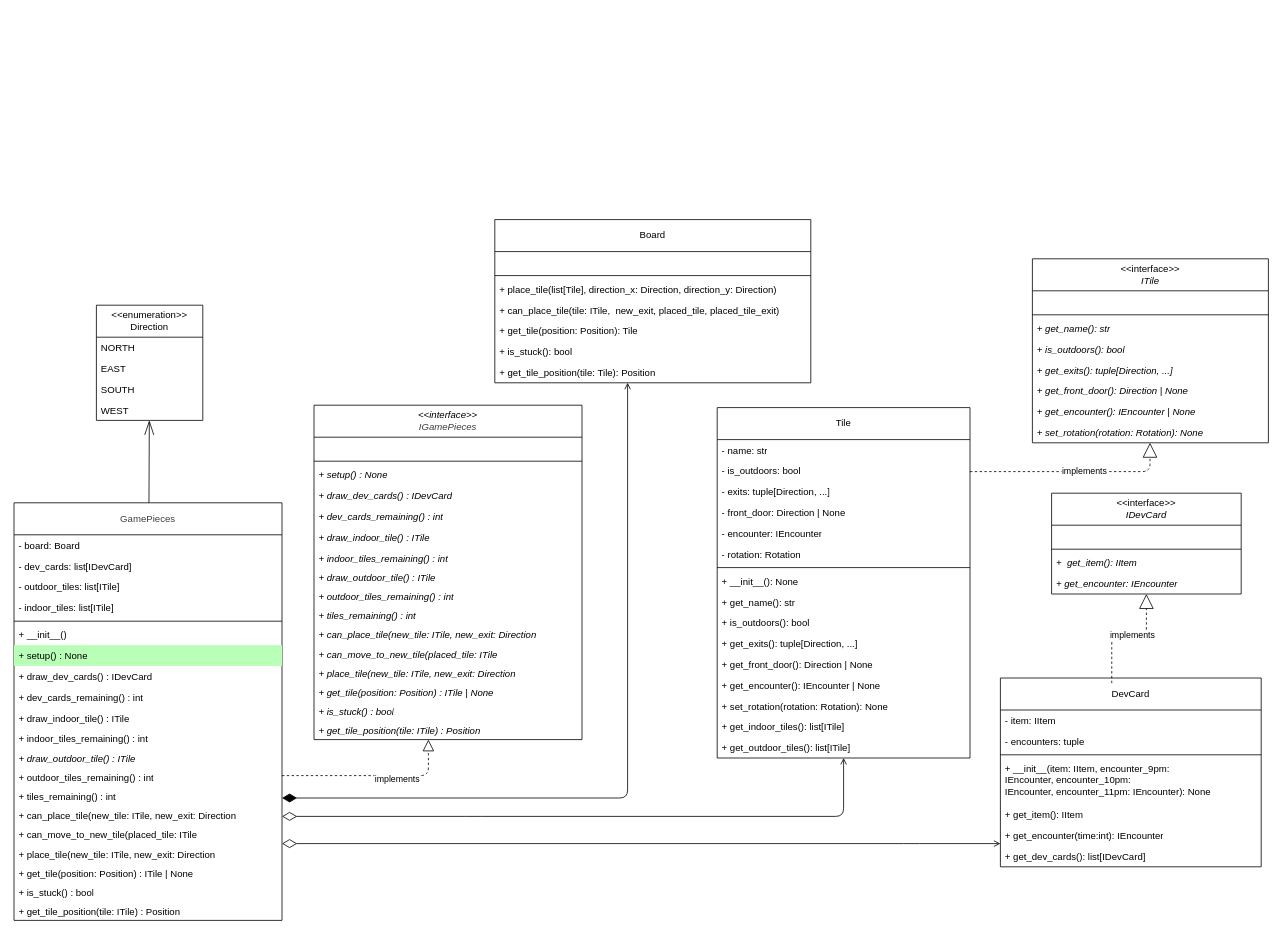
Above: page "game_pieces_before" (1 of 2) of src/model/before_pattern.drawio in arsenie-sarmiento/ZombieInMyPocket (draw.io), before the change. Source tidied: cells renumbered, new cells numbered last; positions are measured from the earlier drawing's top-left corner, leaving out a move shared by most shapes. Both pictures are drawn from the tidied source at 80%, with x=0, y=0 at pixel (14, 219).
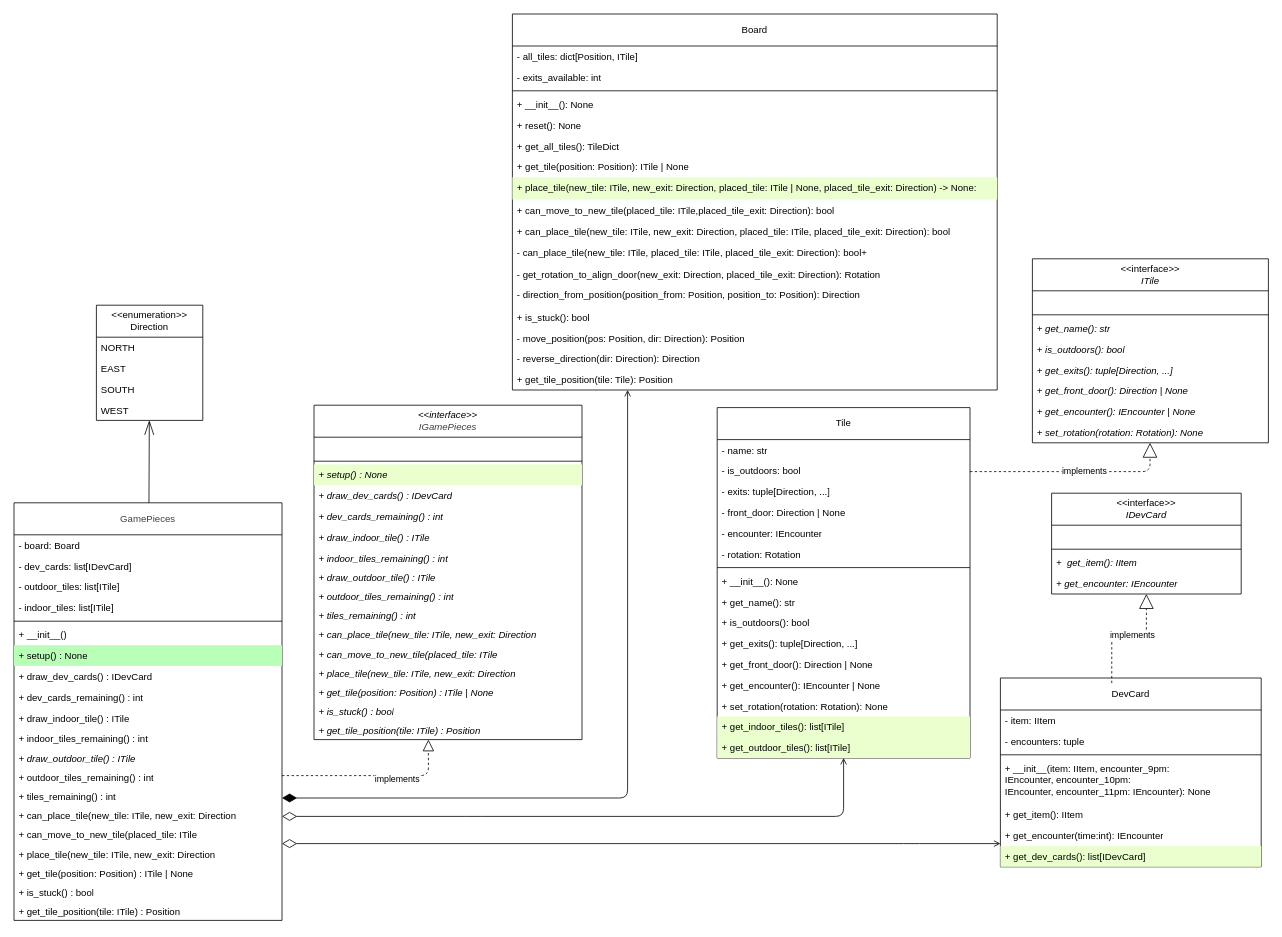
The same page after the edit.

The change refers to these unchanged cells:
```xml
<mxCell id="18" value="&lt;span style=&quot;color: rgb(0, 0, 0);&quot;&gt;&amp;lt;&amp;lt;interface&amp;gt;&amp;gt;&lt;/span&gt;&lt;br style=&quot;color: rgb(63, 63, 63); scrollbar-color: rgb(226, 226, 226) rgb(251, 251, 251);&quot;&gt;&lt;span style=&quot;color: rgb(63, 63, 63); scrollbar-color: rgb(226, 226, 226) rgb(251, 251, 251);&quot;&gt;IGamePieces&lt;/span&gt;" style="swimlane;fontStyle=2;horizontal=1;startSize=40;fillColor=none;whiteSpace=wrap;html=1;" parent="1" vertex="1">
  <mxGeometry x="375" y="232" width="335" height="418" as="geometry" />
</mxCell>
<mxCell id="44" value="Tile" style="swimlane;fontStyle=0;horizontal=1;startSize=40;fillColor=none;whiteSpace=wrap;html=1;" parent="1" vertex="1">
  <mxGeometry x="879" y="235" width="316" height="438" as="geometry" />
</mxCell>
<mxCell id="61" value="DevCard" style="swimlane;fontStyle=0;horizontal=1;startSize=40;fillColor=none;whiteSpace=wrap;html=1;" parent="1" vertex="1">
  <mxGeometry x="1233" y="573" width="326" height="236" as="geometry" />
</mxCell>
```

Change to the diagram source:
```diff
@@
-    <mxCell id="21" value="+ setup() : None" style="text;strokeColor=none;fillColor=none;align=left;verticalAlign=top;spacingLeft=4;spacingRight=4;overflow=hidden;whiteSpace=wrap;html=1;fontStyle=2;" parent="18" vertex="1">
+    <mxCell id="21" value="+ setup() : None" style="text;strokeColor=none;fillColor=#EBFFCE;align=left;verticalAlign=top;spacingLeft=4;spacingRight=4;overflow=hidden;whiteSpace=wrap;html=1;fontStyle=2;" parent="18" vertex="1">
       <mxGeometry y="74" width="335" height="26" as="geometry" />
     </mxCell>
@@
     <mxCell id="35" value="Board" style="swimlane;fontStyle=0;horizontal=1;startSize=40;fillColor=none;whiteSpace=wrap;html=1;" parent="1" vertex="1">
-      <mxGeometry x="601" width="395" height="204" as="geometry" />
+      <mxGeometry x="623" y="-257" width="606" height="470" as="geometry" />
     </mxCell>
-    <mxCell id="36" value="&amp;nbsp;" style="text;strokeColor=none;fillColor=none;align=left;verticalAlign=top;spacingLeft=4;spacingRight=4;overflow=hidden;whiteSpace=wrap;html=1;" parent="35" vertex="1">
-      <mxGeometry y="40" width="395" height="26" as="geometry" />
+    <mxCell id="36" value="- all_tiles: dict[Position, ITile]" style="text;strokeColor=none;fillColor=none;align=left;verticalAlign=top;spacingLeft=4;spacingRight=4;overflow=hidden;whiteSpace=wrap;html=1;" parent="35" vertex="1">
+      <mxGeometry y="40" width="606" height="26" as="geometry" />
     </mxCell>
+    <mxCell id="102" value="- exits_available: int" style="text;strokeColor=none;fillColor=none;align=left;verticalAlign=top;spacingLeft=4;spacingRight=4;overflow=hidden;whiteSpace=wrap;html=1;" parent="35" vertex="1">
+      <mxGeometry y="66" width="606" height="26" as="geometry" />
+    </mxCell>
     <mxCell id="37" style="line;strokeWidth=1;fillColor=none;align=left;verticalAlign=middle;spacingTop=-1;spacingLeft=3;spacingRight=3;labelPosition=right;strokeColor=inherit;" parent="35" vertex="1">
-      <mxGeometry y="66" width="395" height="8" as="geometry" />
+      <mxGeometry y="92" width="606" height="8" as="geometry" />
     </mxCell>
+    <mxCell id="103" value="+ __init__(): None" style="text;strokeColor=none;fillColor=none;align=left;verticalAlign=top;spacingLeft=4;spacingRight=4;overflow=hidden;whiteSpace=wrap;html=1;fontStyle=0;" parent="35" vertex="1">
+      <mxGeometry y="100" width="606" height="26" as="geometry" />
+    </mxCell>
+    <mxCell id="104" value="+ reset(): None" style="text;strokeColor=none;fillColor=none;align=left;verticalAlign=top;spacingLeft=4;spacingRight=4;overflow=hidden;whiteSpace=wrap;html=1;fontStyle=0;" parent="35" vertex="1">
+      <mxGeometry y="126" width="606" height="26" as="geometry" />
+    </mxCell>
+    <mxCell id="105" value="+ get_all_tiles(): TileDict" style="text;strokeColor=none;fillColor=none;align=left;verticalAlign=top;spacingLeft=4;spacingRight=4;overflow=hidden;whiteSpace=wrap;html=1;fontStyle=0;" parent="35" vertex="1">
+      <mxGeometry y="152" width="606" height="26" as="geometry" />
+    </mxCell>
+    <mxCell id="40" value="+ get_tile(position: Position): ITile | None" style="text;strokeColor=none;fillColor=none;align=left;verticalAlign=top;spacingLeft=4;spacingRight=4;overflow=hidden;whiteSpace=wrap;html=1;fontStyle=0;" parent="35" vertex="1">
+      <mxGeometry y="178" width="606" height="26" as="geometry" />
+    </mxCell>
-    <mxCell id="38" value="+ place_tile(list[Tile], direction_x: Direction, direction_y: Direction)" style="text;strokeColor=none;fillColor=none;align=left;verticalAlign=top;spacingLeft=4;spacingRight=4;overflow=hidden;whiteSpace=wrap;html=1;fontStyle=0;" parent="35" vertex="1">
-      <mxGeometry y="74" width="395" height="26" as="geometry" />
+    <mxCell id="38" value="+ place_tile(new_tile: ITile, new_exit: Direction, placed_tile: ITile | None, placed_tile_exit: Direction) -&amp;gt; None:" style="text;strokeColor=none;fillColor=#EBFFCE;align=left;verticalAlign=top;spacingLeft=4;spacingRight=4;overflow=hidden;whiteSpace=wrap;html=1;fontStyle=0;" parent="35" vertex="1">
+      <mxGeometry y="204" width="606" height="28" as="geometry" />
     </mxCell>
+    <mxCell id="106" value="+ can_move_to_new_tile(placed_tile: ITile,placed_tile_exit: Direction): bool" style="text;strokeColor=none;fillColor=none;align=left;verticalAlign=top;spacingLeft=4;spacingRight=4;overflow=hidden;whiteSpace=wrap;html=1;fontStyle=0;" parent="35" vertex="1">
+      <mxGeometry y="232" width="606" height="27" as="geometry" />
+    </mxCell>
-    <mxCell id="39" value="+ can_place_tile(tile: ITile,&amp;nbsp; new_exit, placed_tile, placed_tile_exit)" style="text;strokeColor=none;fillColor=none;align=left;verticalAlign=top;spacingLeft=4;spacingRight=4;overflow=hidden;whiteSpace=wrap;html=1;fontStyle=0;" parent="35" vertex="1">
-      <mxGeometry y="100" width="395" height="26" as="geometry" />
+    <mxCell id="39" value="+ can_place_tile(new_tile: ITile, new_exit: Direction, placed_tile: ITile, placed_tile_exit: Direction): bool" style="text;strokeColor=none;fillColor=none;align=left;verticalAlign=top;spacingLeft=4;spacingRight=4;overflow=hidden;whiteSpace=wrap;html=1;fontStyle=0;" parent="35" vertex="1">
+      <mxGeometry y="259" width="606" height="26" as="geometry" />
     </mxCell>
-    <mxCell id="40" value="+ get_tile(position: Position): Tile" style="text;strokeColor=none;fillColor=none;align=left;verticalAlign=top;spacingLeft=4;spacingRight=4;overflow=hidden;whiteSpace=wrap;html=1;fontStyle=0;" parent="35" vertex="1">
-      <mxGeometry y="126" width="395" height="26" as="geometry" />
-    </mxCell>
+    <mxCell id="107" value="- can_place_tile(new_tile: ITile, placed_tile: ITile, placed_tile_exit: Direction): bool+&amp;nbsp;" style="text;strokeColor=none;fillColor=none;align=left;verticalAlign=top;spacingLeft=4;spacingRight=4;overflow=hidden;whiteSpace=wrap;html=1;fontStyle=0;" parent="35" vertex="1">
+      <mxGeometry y="285" width="606" height="27" as="geometry" />
+    </mxCell>
+    <mxCell id="108" value="- get_rotation_to_align_door(new_exit: Direction, placed_tile_exit: Direction): Rotation" style="text;strokeColor=none;fillColor=none;align=left;verticalAlign=top;spacingLeft=4;spacingRight=4;overflow=hidden;whiteSpace=wrap;html=1;fontStyle=0;" parent="35" vertex="1">
+      <mxGeometry y="312" width="606" height="26" as="geometry" />
+    </mxCell>
+    <mxCell id="109" value="- direction_from_position(position_from: Position, position_to: Position): Direction" style="text;strokeColor=none;fillColor=none;align=left;verticalAlign=top;spacingLeft=4;spacingRight=4;overflow=hidden;whiteSpace=wrap;html=1;fontStyle=0;" parent="35" vertex="1">
+      <mxGeometry y="338" width="606" height="28" as="geometry" />
+    </mxCell>
+    <mxCell id="110" value="+ is_stuck(): bool" style="text;strokeColor=none;fillColor=none;align=left;verticalAlign=top;spacingLeft=4;spacingRight=4;overflow=hidden;whiteSpace=wrap;html=1;fontStyle=0;" parent="35" vertex="1">
+      <mxGeometry y="366" width="606" height="26" as="geometry" />
+    </mxCell>
+    <mxCell id="111" value="-&amp;nbsp;move_position(pos: Position, dir: Direction): Position" style="text;strokeColor=none;fillColor=none;align=left;verticalAlign=top;spacingLeft=4;spacingRight=4;overflow=hidden;whiteSpace=wrap;html=1;fontStyle=0;" parent="35" vertex="1">
+      <mxGeometry y="392" width="606" height="26" as="geometry" />
+    </mxCell>
-    <mxCell id="41" value="+ is_stuck(): bool" style="text;strokeColor=none;fillColor=none;align=left;verticalAlign=top;spacingLeft=4;spacingRight=4;overflow=hidden;whiteSpace=wrap;html=1;fontStyle=0;" parent="35" vertex="1">
-      <mxGeometry y="152" width="395" height="26" as="geometry" />
+    <mxCell id="41" value="-&amp;nbsp;reverse_direction(dir: Direction): Direction" style="text;strokeColor=none;fillColor=none;align=left;verticalAlign=top;spacingLeft=4;spacingRight=4;overflow=hidden;whiteSpace=wrap;html=1;fontStyle=0;" parent="35" vertex="1">
+      <mxGeometry y="418" width="606" height="26" as="geometry" />
     </mxCell>
     <mxCell id="42" value="+ get_tile_position(tile: Tile): Position" style="text;strokeColor=none;fillColor=none;align=left;verticalAlign=top;spacingLeft=4;spacingRight=4;overflow=hidden;whiteSpace=wrap;html=1;fontStyle=0;" parent="35" vertex="1">
-      <mxGeometry y="178" width="395" height="26" as="geometry" />
+      <mxGeometry y="444" width="606" height="26" as="geometry" />
     </mxCell>
@@
-    <mxCell id="59" value="+ get_indoor_tiles(): list[ITile]" style="text;strokeColor=none;fillColor=none;align=left;verticalAlign=top;spacingLeft=4;spacingRight=4;overflow=hidden;whiteSpace=wrap;html=1;fontStyle=0;" parent="44" vertex="1">
+    <mxCell id="59" value="+ get_indoor_tiles(): list[ITile]" style="text;strokeColor=none;fillColor=#EBFFCE;align=left;verticalAlign=top;spacingLeft=4;spacingRight=4;overflow=hidden;whiteSpace=wrap;html=1;fontStyle=0;" parent="44" vertex="1">
       <mxGeometry y="386" width="316" height="26" as="geometry" />
     </mxCell>
-    <mxCell id="60" value="+ get_outdoor_tiles(): list[ITile]" style="text;strokeColor=none;fillColor=none;align=left;verticalAlign=top;spacingLeft=4;spacingRight=4;overflow=hidden;whiteSpace=wrap;html=1;fontStyle=0;" parent="44" vertex="1">
+    <mxCell id="60" value="+ get_outdoor_tiles(): list[ITile]" style="text;strokeColor=none;fillColor=#EBFFCE;align=left;verticalAlign=top;spacingLeft=4;spacingRight=4;overflow=hidden;whiteSpace=wrap;html=1;fontStyle=0;" parent="44" vertex="1">
       <mxGeometry y="412" width="316" height="26" as="geometry" />
     </mxCell>
@@
-    <mxCell id="68" value="+ get_dev_cards(): list[IDevCard]" style="text;strokeColor=none;fillColor=none;align=left;verticalAlign=top;spacingLeft=4;spacingRight=4;overflow=hidden;whiteSpace=wrap;html=1;fontStyle=0;" parent="61" vertex="1">
+    <mxCell id="68" value="+ get_dev_cards(): list[IDevCard]" style="text;strokeColor=none;fillColor=#EBFFCE;align=left;verticalAlign=top;spacingLeft=4;spacingRight=4;overflow=hidden;whiteSpace=wrap;html=1;fontStyle=0;" parent="61" vertex="1">
       <mxGeometry y="210" width="326" height="26" as="geometry" />
     </mxCell>
```
